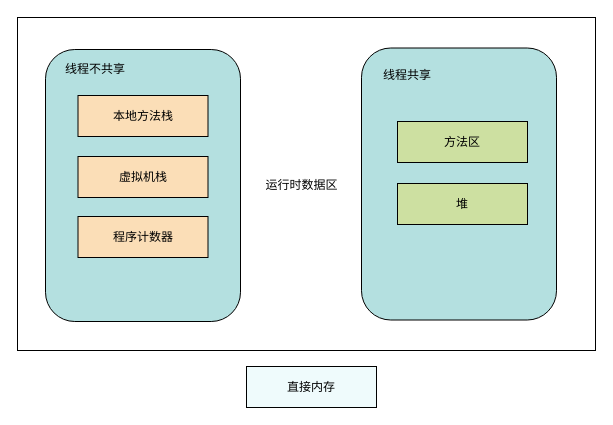
Earlier version of the draw.io diagram page "运行时数据区" (6 of 13) of adnir.drawio (LittleY98/Draw_Repository). Source tidied: cells renumbered, new cells numbered last; positions are measured from the earlier drawing's top-left corner, leaving out a move shared by most shapes. Both pictures are drawn from the tidied source at 100%, with x=0, y=0 at pixel (17, 17).
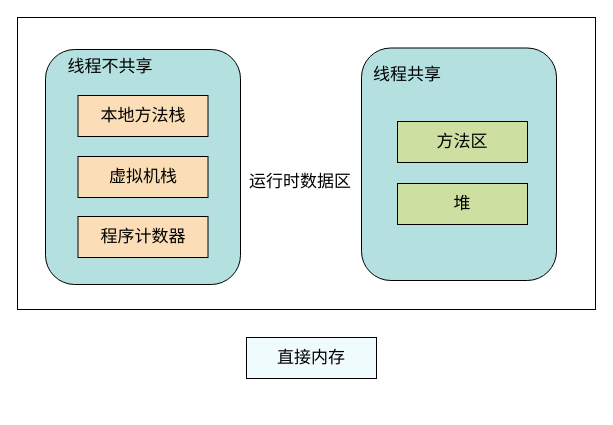
The same diagram, later.

The edit, as a diff of the source:
```diff
@@
 <mxGraphModel>
   <root>
     <mxCell id="0" />
     <mxCell id="1" parent="0" />
-    <mxCell id="2" style="rounded=0;whiteSpace=wrap;html=1;" parent="1" vertex="1">
-      <mxGeometry width="578" height="333" as="geometry" />
+    <mxCell id="2" style="rounded=0;whiteSpace=wrap;html=1;fontSize=17;" parent="1" vertex="1">
+      <mxGeometry width="578" height="292" as="geometry" />
     </mxCell>
-    <mxCell id="3" style="rounded=1;whiteSpace=wrap;html=1;fillColor=#B4E0E0;" parent="1" vertex="1">
-      <mxGeometry x="28" y="32" width="195" height="272" as="geometry" />
+    <mxCell id="3" style="rounded=1;whiteSpace=wrap;html=1;fillColor=#B4E0E0;fontSize=17;" parent="1" vertex="1">
+      <mxGeometry x="28" y="32" width="195" height="235" as="geometry" />
     </mxCell>
-    <mxCell id="4" style="rounded=1;whiteSpace=wrap;html=1;fillColor=#B4E0E0;" parent="1" vertex="1">
-      <mxGeometry x="344" y="30.5" width="195" height="272" as="geometry" />
+    <mxCell id="4" style="rounded=1;whiteSpace=wrap;html=1;fillColor=#B4E0E0;fontSize=17;" parent="1" vertex="1">
+      <mxGeometry x="344" y="30.5" width="195" height="232.5" as="geometry" />
     </mxCell>
-    <mxCell id="5" value="&lt;font face=&quot;Helvetica&quot;&gt;本地方法栈&lt;/font&gt;" style="rounded=0;whiteSpace=wrap;html=1;fillColor=#FBDEB7;" parent="1" vertex="1">
+    <mxCell id="5" value="&lt;font face=&quot;Helvetica&quot; style=&quot;font-size: 17px;&quot;&gt;本地方法栈&lt;/font&gt;" style="rounded=0;whiteSpace=wrap;html=1;fillColor=#FBDEB7;fontSize=17;" parent="1" vertex="1">
       <mxGeometry x="60.5" y="78" width="130" height="41" as="geometry" />
     </mxCell>
-    <mxCell id="6" value="&lt;font face=&quot;Helvetica&quot;&gt;虚拟机栈&lt;/font&gt;" style="rounded=0;whiteSpace=wrap;html=1;fillColor=#FBDEB7;" parent="1" vertex="1">
+    <mxCell id="6" value="&lt;font face=&quot;Helvetica&quot; style=&quot;font-size: 17px;&quot;&gt;虚拟机栈&lt;/font&gt;" style="rounded=0;whiteSpace=wrap;html=1;fillColor=#FBDEB7;fontSize=17;" parent="1" vertex="1">
       <mxGeometry x="60.5" y="139" width="130" height="41" as="geometry" />
     </mxCell>
-    <mxCell id="7" value="&lt;font face=&quot;Helvetica&quot;&gt;程序计数器&lt;/font&gt;" style="rounded=0;whiteSpace=wrap;html=1;fillColor=#FBDEB7;" parent="1" vertex="1">
+    <mxCell id="7" value="&lt;font face=&quot;Helvetica&quot; style=&quot;font-size: 17px;&quot;&gt;程序计数器&lt;/font&gt;" style="rounded=0;whiteSpace=wrap;html=1;fillColor=#FBDEB7;fontSize=17;" parent="1" vertex="1">
       <mxGeometry x="60.5" y="199" width="130" height="41" as="geometry" />
     </mxCell>
-    <mxCell id="8" value="&lt;font face=&quot;Helvetica&quot;&gt;方法区&lt;/font&gt;" style="rounded=0;whiteSpace=wrap;html=1;fillColor=#CDE0A1;" parent="1" vertex="1">
+    <mxCell id="8" value="&lt;font face=&quot;Helvetica&quot; style=&quot;font-size: 17px;&quot;&gt;方法区&lt;/font&gt;" style="rounded=0;whiteSpace=wrap;html=1;fillColor=#CDE0A1;fontSize=17;" parent="1" vertex="1">
       <mxGeometry x="380" y="104" width="130" height="41" as="geometry" />
     </mxCell>
-    <mxCell id="9" value="&lt;font face=&quot;Helvetica&quot;&gt;堆&lt;/font&gt;" style="rounded=0;whiteSpace=wrap;html=1;fillColor=#CDE0A1;" parent="1" vertex="1">
+    <mxCell id="9" value="&lt;font face=&quot;Helvetica&quot; style=&quot;font-size: 17px;&quot;&gt;堆&lt;/font&gt;" style="rounded=0;whiteSpace=wrap;html=1;fillColor=#CDE0A1;fontSize=17;" parent="1" vertex="1">
       <mxGeometry x="380" y="166" width="130" height="41" as="geometry" />
     </mxCell>
-    <mxCell id="10" value="线程不共享" style="text;html=1;align=center;verticalAlign=middle;whiteSpace=wrap;rounded=0;" parent="1" vertex="1">
-      <mxGeometry x="42" y="37" width="72" height="30" as="geometry" />
+    <mxCell id="10" value="线程不共享" style="text;html=1;align=center;verticalAlign=middle;whiteSpace=wrap;rounded=0;fontSize=17;" parent="1" vertex="1">
+      <mxGeometry x="42" y="37" width="102" height="25" as="geometry" />
     </mxCell>
-    <mxCell id="11" value="线程共享" style="text;html=1;align=center;verticalAlign=middle;whiteSpace=wrap;rounded=0;" parent="1" vertex="1">
+    <mxCell id="11" value="线程共享" style="text;html=1;align=center;verticalAlign=middle;whiteSpace=wrap;rounded=0;fontSize=17;" parent="1" vertex="1">
       <mxGeometry x="354" y="43" width="72" height="30" as="geometry" />
     </mxCell>
-    <mxCell id="12" value="&lt;font face=&quot;Helvetica&quot;&gt;直接内存&lt;/font&gt;" style="rounded=0;whiteSpace=wrap;html=1;fillColor=#EFFBFC;" parent="1" vertex="1">
-      <mxGeometry x="229" y="349" width="130" height="41" as="geometry" />
+    <mxCell id="12" value="&lt;font face=&quot;Helvetica&quot; style=&quot;font-size: 17px;&quot;&gt;直接内存&lt;/font&gt;" style="rounded=0;whiteSpace=wrap;html=1;fillColor=#EFFBFC;fontSize=17;" parent="1" vertex="1">
+      <mxGeometry x="229" y="320" width="130" height="41" as="geometry" />
     </mxCell>
-    <mxCell id="13" value="运行时数据区" style="text;html=1;align=center;verticalAlign=middle;whiteSpace=wrap;rounded=0;" parent="1" vertex="1">
-      <mxGeometry x="244" y="153" width="81" height="30" as="geometry" />
+    <mxCell id="13" value="运行时数据区" style="text;html=1;align=center;verticalAlign=middle;whiteSpace=wrap;rounded=0;fontSize=17;" parent="1" vertex="1">
+      <mxGeometry x="227" y="151.5" width="112" height="26.5" as="geometry" />
     </mxCell>
   </root>
 </mxGraphModel>
```
